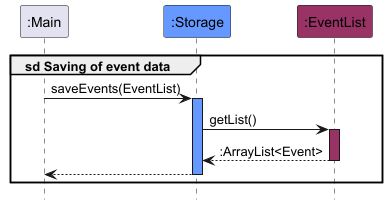
The PlantUML diagram docs/images/StorageEventSavingSequenceDiagram.png in nus-cs2113-AY2425S1/tp, before a commit.
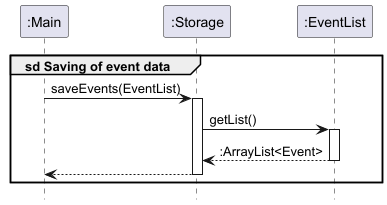
After the change.

What changed in the source:
```diff
@@ -3,15 +3,15 @@
 hide footbox
 
 Participant ":Main" as main
-Participant ":Storage" as storage STORAGE_COLOUR
-Participant ":EventList" as event EVENT_COLOUR
+Participant ":Storage" as storage
+Participant ":EventList" as event
 
 
 group sd Saving of event data
 main -> storage : saveEvents(EventList)
-activate storage STORAGE_COLOUR
+activate storage
 storage -> event : getList()
-activate event EVENT_COLOUR
+activate event
 return :ArrayList<Event>
 
 storage --> main
```
